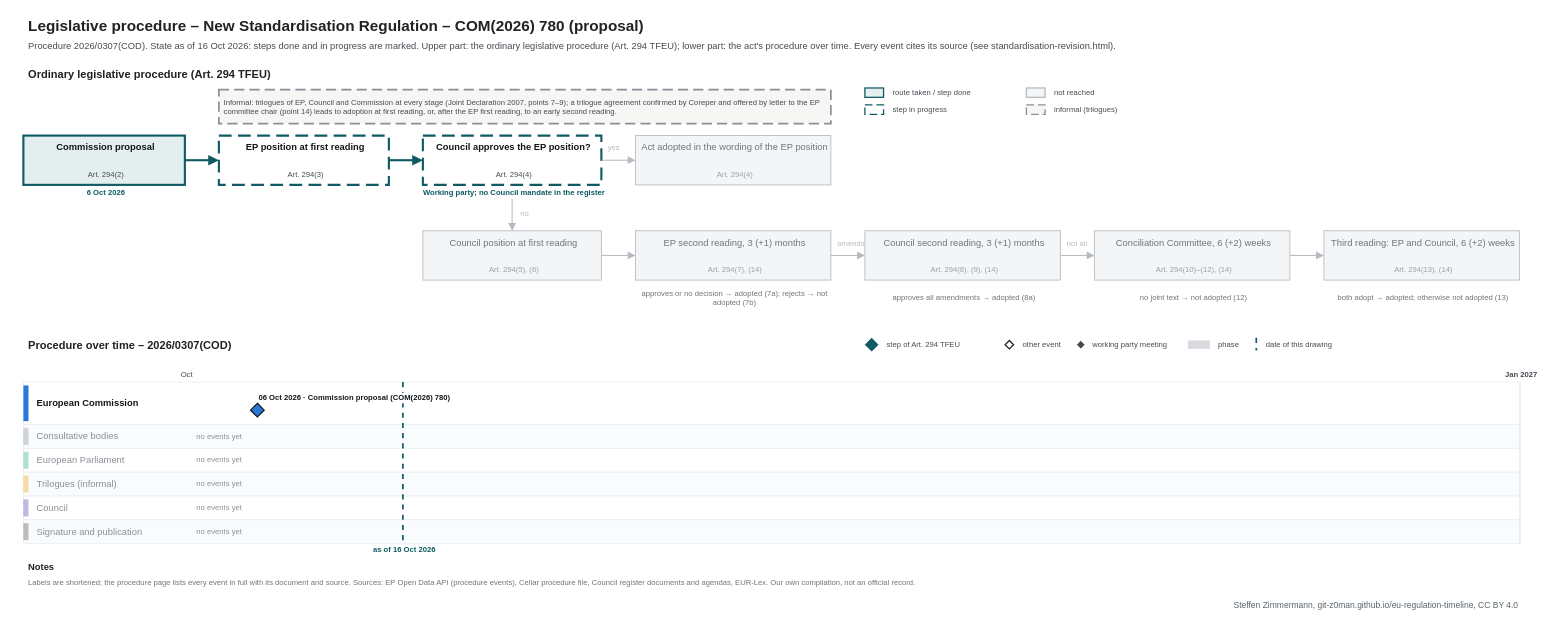
Before: procedures/standardisation-revision.drawio in git-z0man/eu-regulation-timeline, a draw.io diagram. Source tidied: cells renumbered, new cells numbered last; positions are measured from the earlier drawing's top-left corner, leaving out a move shared by most shapes. Both pictures are drawn from the tidied source at 85%, with x=0, y=0 at pixel (14, 14).
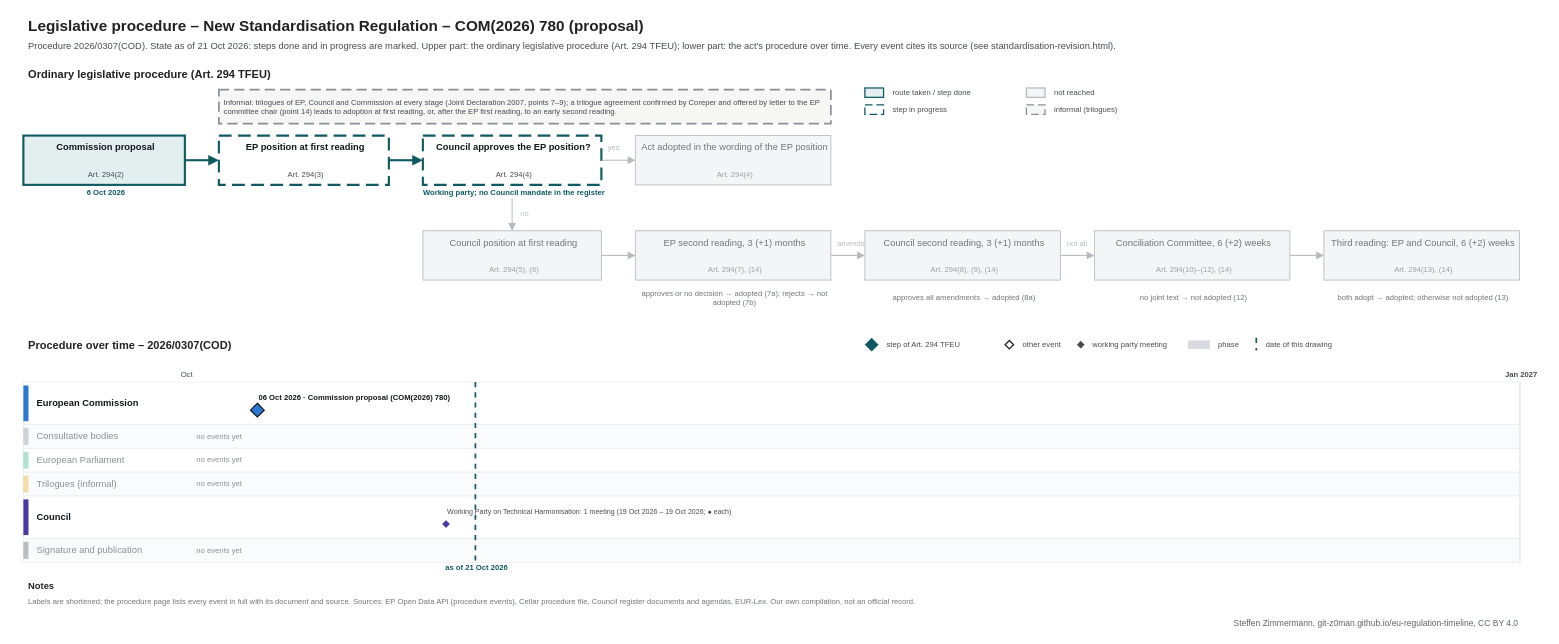
After the change.

The edit, as a diff of the source:
```diff
@@
-    <mxCell id="3" value="Procedure 2026/0307(COD). State as of 16 Oct 2026: steps done and in progress are marked. Upper part: the ordinary legislative procedure (Art. 294 TFEU); lower part: the act's procedure over time. Every event cites its source (see standardisation-revision.html)." style="text;html=1;fontSize=11;fontColor=#454c53;align=left;verticalAlign=middle;spacingLeft=4;" parent="1" vertex="1">
+    <mxCell id="3" value="Procedure 2026/0307(COD). State as of 21 Oct 2026: steps done and in progress are marked. Upper part: the ordinary legislative procedure (Art. 294 TFEU); lower part: the act's procedure over time. Every event cites its source (see standardisation-revision.html)." style="text;html=1;fontSize=11;fontColor=#454c53;align=left;verticalAlign=middle;spacingLeft=4;" parent="1" vertex="1">
       <mxGeometry x="10" y="28" width="1700" height="18" as="geometry" />
     </mxCell>
@@
     <mxCell id="71" style="line;html=1;strokeWidth=1;strokeColor=#e3e6e9;direction=south;" parent="1" vertex="1">
-      <mxGeometry x="200" y="432" width="1" height="190" as="geometry" />
+      <mxGeometry x="200" y="432" width="1" height="212" as="geometry" />
     </mxCell>
@@
     <mxCell id="73" style="line;html=1;strokeWidth=1;strokeColor=#e3e6e9;direction=south;" parent="1" vertex="1">
-      <mxGeometry x="729" y="432" width="1" height="190" as="geometry" />
+      <mxGeometry x="729" y="432" width="1" height="212" as="geometry" />
     </mxCell>
     <mxCell id="74" style="line;html=1;strokeWidth=1;strokeColor=#e3e6e9;direction=south;" parent="1" vertex="1">
-      <mxGeometry x="1241" y="432" width="1" height="190" as="geometry" />
+      <mxGeometry x="1241" y="432" width="1" height="212" as="geometry" />
     </mxCell>
     <mxCell id="75" style="line;html=1;strokeWidth=1;strokeColor=#b5bac0;direction=south;" parent="1" vertex="1">
-      <mxGeometry x="1770" y="432" width="1" height="190" as="geometry" />
+      <mxGeometry x="1770" y="432" width="1" height="212" as="geometry" />
     </mxCell>
@@
     <mxCell id="92" style="rounded=0;arcSize=50;fillColor=#ffffff;strokeColor=#eceef0;" parent="1" vertex="1">
-      <mxGeometry x="10" y="566" width="1760" height="28" as="geometry" />
+      <mxGeometry x="10" y="566" width="1760" height="50" as="geometry" />
     </mxCell>
-    <mxCell id="93" style="rounded=0;arcSize=50;fillColor=#4a3aa7;strokeColor=none;opacity=35;" parent="1" vertex="1">
-      <mxGeometry x="10" y="570" width="6" height="20" as="geometry" />
+    <mxCell id="93" style="rounded=0;arcSize=50;fillColor=#4a3aa7;strokeColor=none;" parent="1" vertex="1">
+      <mxGeometry x="10" y="570" width="6" height="42" as="geometry" />
     </mxCell>
-    <mxCell id="94" value="Council" style="text;html=1;fontSize=11;fontColor=#8a9097;align=left;verticalAlign=middle;spacingLeft=4;whiteSpace=wrap;" parent="1" vertex="1">
-      <mxGeometry x="20" y="566" width="174" height="28" as="geometry" />
+    <mxCell id="94" value="Council" style="text;html=1;fontSize=11;fontColor=#14181c;align=left;verticalAlign=middle;spacingLeft=4;fontStyle=1;whiteSpace=wrap;" parent="1" vertex="1">
+      <mxGeometry x="20" y="566" width="174" height="50" as="geometry" />
     </mxCell>
-    <mxCell id="95" value="no events yet" style="text;html=1;fontSize=9;fontColor=#8a9097;align=left;verticalAlign=middle;spacingLeft=4;" parent="1" vertex="1">
-      <mxGeometry x="208" y="566" width="300" height="28" as="geometry" />
+    <mxCell id="95" style="rounded=0;arcSize=50;fillColor=#fafbfc;strokeColor=#eceef0;" parent="1" vertex="1">
+      <mxGeometry x="10" y="616" width="1760" height="28" as="geometry" />
     </mxCell>
-    <mxCell id="96" style="rounded=0;arcSize=50;fillColor=#fafbfc;strokeColor=#eceef0;" parent="1" vertex="1">
-      <mxGeometry x="10" y="594" width="1760" height="28" as="geometry" />
+    <mxCell id="96" style="rounded=0;arcSize=50;fillColor=#454c53;strokeColor=none;opacity=35;" parent="1" vertex="1">
+      <mxGeometry x="10" y="620" width="6" height="20" as="geometry" />
     </mxCell>
-    <mxCell id="97" style="rounded=0;arcSize=50;fillColor=#454c53;strokeColor=none;opacity=35;" parent="1" vertex="1">
-      <mxGeometry x="10" y="598" width="6" height="20" as="geometry" />
+    <mxCell id="97" value="Signature and publication" style="text;html=1;fontSize=11;fontColor=#8a9097;align=left;verticalAlign=middle;spacingLeft=4;whiteSpace=wrap;" parent="1" vertex="1">
+      <mxGeometry x="20" y="616" width="174" height="28" as="geometry" />
     </mxCell>
-    <mxCell id="98" value="Signature and publication" style="text;html=1;fontSize=11;fontColor=#8a9097;align=left;verticalAlign=middle;spacingLeft=4;whiteSpace=wrap;" parent="1" vertex="1">
-      <mxGeometry x="20" y="594" width="174" height="28" as="geometry" />
+    <mxCell id="98" value="no events yet" style="text;html=1;fontSize=9;fontColor=#8a9097;align=left;verticalAlign=middle;spacingLeft=4;" parent="1" vertex="1">
+      <mxGeometry x="208" y="616" width="300" height="28" as="geometry" />
     </mxCell>
-    <mxCell id="99" value="no events yet" style="text;html=1;fontSize=9;fontColor=#8a9097;align=left;verticalAlign=middle;spacingLeft=4;" parent="1" vertex="1">
-      <mxGeometry x="208" y="594" width="300" height="28" as="geometry" />
+    <mxCell id="99" style="line;html=1;strokeWidth=2;strokeColor=#0f5a63;direction=south;dashed=1;" parent="1" vertex="1">
+      <mxGeometry x="541.3" y="432" width="1" height="212" as="geometry" />
     </mxCell>
-    <mxCell id="100" style="line;html=1;strokeWidth=2;strokeColor=#0f5a63;direction=south;dashed=1;" parent="1" vertex="1">
-      <mxGeometry x="456" y="432" width="1" height="190" as="geometry" />
+    <mxCell id="100" value="as of 21 Oct 2026" style="text;html=1;fontSize=9;fontColor=#0f5a63;align=center;verticalAlign=middle;spacingLeft=4;fontStyle=1;" parent="1" vertex="1">
+      <mxGeometry x="481.3" y="645" width="120" height="12" as="geometry" />
     </mxCell>
-    <mxCell id="101" value="as of 16 Oct 2026" style="text;html=1;fontSize=9;fontColor=#0f5a63;align=center;verticalAlign=middle;spacingLeft=4;fontStyle=1;" parent="1" vertex="1">
-      <mxGeometry x="396" y="623" width="120" height="12" as="geometry" />
+    <mxCell id="101" value="06 Oct 2026 · Commission proposal (COM(2026) 780)" style="text;html=1;fontSize=9;fontColor=#14181c;align=left;verticalAlign=middle;spacingLeft=4;fontStyle=1;fillColor=#ffffff;" parent="1" vertex="1">
+      <mxGeometry x="281.3" y="445" width="253" height="12" as="geometry" />
     </mxCell>
-    <mxCell id="102" value="06 Oct 2026 · Commission proposal (COM(2026) 780)" style="text;html=1;fontSize=9;fontColor=#14181c;align=left;verticalAlign=middle;spacingLeft=4;fontStyle=1;fillColor=#ffffff;" parent="1" vertex="1">
-      <mxGeometry x="281.3" y="445" width="253" height="12" as="geometry" />
+    <mxCell id="102" style="rhombus;fillColor=#2a78d6;strokeColor=#14181c;strokeWidth=1.5;" parent="1" vertex="1">
+      <mxGeometry x="277.3" y="457" width="16" height="16" as="geometry" />
     </mxCell>
-    <mxCell id="103" style="rhombus;fillColor=#2a78d6;strokeColor=#14181c;strokeWidth=1.5;" parent="1" vertex="1">
-      <mxGeometry x="277.3" y="457" width="16" height="16" as="geometry" />
+    <mxCell id="103" value="Working Party on Technical Harmonisation: 1 meeting (19 Oct 2026 – 19 Oct 2026; ● each)" style="text;html=1;fontSize=8.3;fontColor=#454c53;align=left;verticalAlign=middle;spacingLeft=4;" parent="1" vertex="1">
+      <mxGeometry x="503.2" y="579" width="384.2" height="12" as="geometry" />
     </mxCell>
-    <mxCell id="104" value="Notes" style="text;html=1;fontSize=11;fontColor=#222222;align=left;verticalAlign=middle;spacingLeft=4;fontStyle=1;" parent="1" vertex="1">
-      <mxGeometry x="10" y="642" width="200" height="16" as="geometry" />
+    <mxCell id="104" style="rhombus;fillColor=#4a3aa7;strokeColor=#4a3aa7;strokeWidth=1.5;" parent="1" vertex="1">
+      <mxGeometry x="503.7" y="595.5" width="7" height="7" as="geometry" />
     </mxCell>
-    <mxCell id="105" value="Labels are shortened; the procedure page lists every event in full with its document and source. Sources: EP Open Data API (procedure events), Cellar procedure file, Council register documents and agendas, EUR-Lex. Our own compilation, not an official record." style="text;html=1;fontSize=9;fontColor=#6f757b;align=left;verticalAlign=middle;spacingLeft=4;" parent="1" vertex="1">
-      <mxGeometry x="10" y="660" width="1760" height="16" as="geometry" />
+    <mxCell id="105" value="Notes" style="text;html=1;fontSize=11;fontColor=#222222;align=left;verticalAlign=middle;spacingLeft=4;fontStyle=1;" parent="1" vertex="1">
+      <mxGeometry x="10" y="664" width="200" height="16" as="geometry" />
     </mxCell>
-    <mxCell id="106" value="Steffen Zimmermann, git-z0man.github.io/eu-regulation-timeline, CC BY 4.0" style="text;html=1;fontSize=10;fontColor=#5b646b;align=right;verticalAlign=middle;spacingLeft=4;" parent="1" vertex="1">
-      <mxGeometry x="10" y="686" width="1760" height="16" as="geometry" />
+    <mxCell id="106" value="Labels are shortened; the procedure page lists every event in full with its document and source. Sources: EP Open Data API (procedure events), Cellar procedure file, Council register documents and agendas, EUR-Lex. Our own compilation, not an official record." style="text;html=1;fontSize=9;fontColor=#6f757b;align=left;verticalAlign=middle;spacingLeft=4;" parent="1" vertex="1">
+      <mxGeometry x="10" y="682" width="1760" height="16" as="geometry" />
     </mxCell>
+    <mxCell id="107" value="Steffen Zimmermann, git-z0man.github.io/eu-regulation-timeline, CC BY 4.0" style="text;html=1;fontSize=10;fontColor=#5b646b;align=right;verticalAlign=middle;spacingLeft=4;" parent="1" vertex="1">
+      <mxGeometry x="10" y="708" width="1760" height="16" as="geometry" />
+    </mxCell>
```
